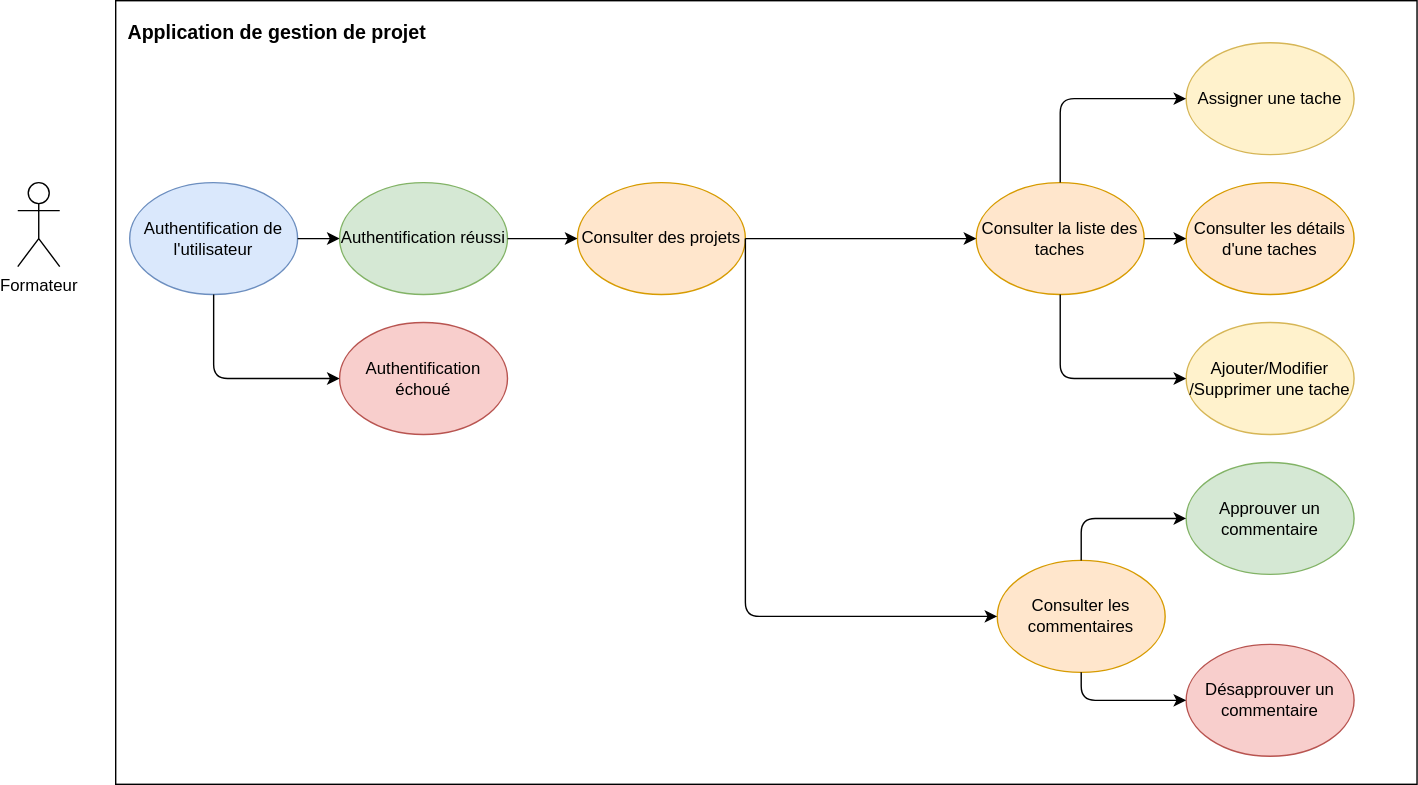
Before: DCU/DCU_Formateur.svg, a diagram exported from draw.io (EducaOps/EducaOps). Source tidied: cells renumbered, new cells last; positions are measured from the earlier drawing's top-left corner, leaving out a move shared by most shapes.
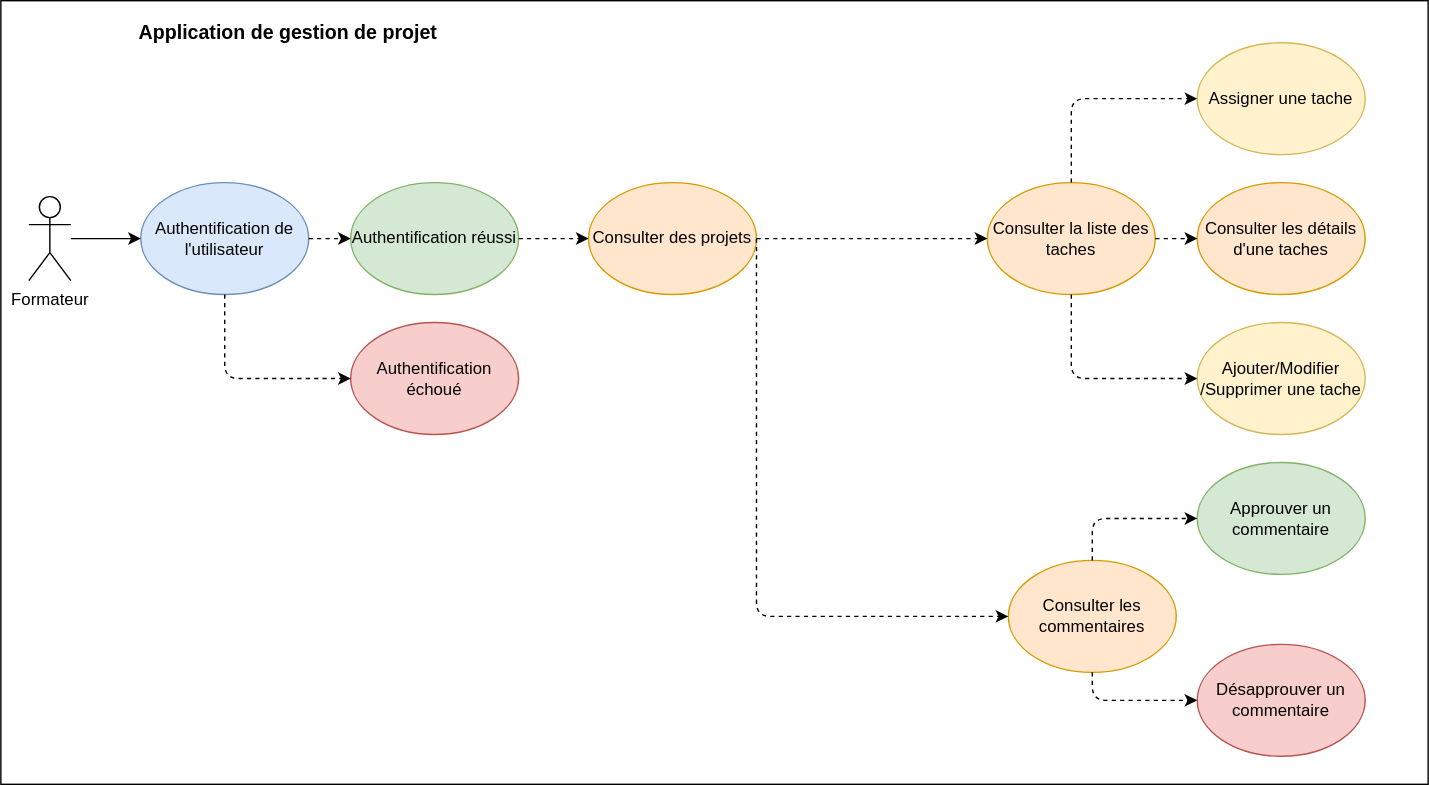
Later version of the same file.

What changed in the source:
```diff
@@ -2,11 +2,8 @@
   <root>
     <mxCell id="0" />
     <mxCell id="1" parent="0" />
-    <mxCell id="2" value="Formateur" style="shape=umlActor;verticalLabelPosition=bottom;verticalAlign=top;html=1;outlineConnect=0;" parent="1" vertex="1">
-      <mxGeometry y="130" width="30" height="60" as="geometry" />
-    </mxCell>
     <mxCell id="3" style="rounded=0;whiteSpace=wrap;html=1;align=left;" parent="1" vertex="1">
-      <mxGeometry x="70" width="930" height="560" as="geometry" />
+      <mxGeometry x="-20" width="1020" height="560" as="geometry" />
     </mxCell>
     <mxCell id="4" value="Consulter des projets" style="ellipse;whiteSpace=wrap;html=1;fillColor=#ffe6cc;strokeColor=#d79b00;" parent="1" vertex="1">
       <mxGeometry x="400" y="130" width="120" height="80" as="geometry" />
@@ -23,13 +20,13 @@
     <mxCell id="8" value="Ajouter/Modifier&lt;br&gt;/Supprimer une tache" style="ellipse;whiteSpace=wrap;html=1;fillColor=#fff2cc;strokeColor=#d6b656;" parent="1" vertex="1">
       <mxGeometry x="835" y="230" width="120" height="80" as="geometry" />
     </mxCell>
-    <mxCell id="9" style="endArrow=classic;html=1;exitX=1;exitY=0.5;exitDx=0;exitDy=0;entryX=0;entryY=0.5;entryDx=0;entryDy=0;" parent="1" edge="1" source="4" target="6">
+    <mxCell id="9" style="endArrow=classic;html=1;exitX=1;exitY=0.5;exitDx=0;exitDy=0;entryX=0;entryY=0.5;entryDx=0;entryDy=0;dashed=1;" parent="1" edge="1" source="4" target="6">
       <mxGeometry relative="1" as="geometry" />
     </mxCell>
-    <mxCell id="10" style="endArrow=classic;html=1;exitX=1;exitY=0.5;exitDx=0;exitDy=0;" parent="1" edge="1" source="6" target="7">
+    <mxCell id="10" style="endArrow=classic;html=1;exitX=1;exitY=0.5;exitDx=0;exitDy=0;dashed=1;" parent="1" edge="1" source="6" target="7">
       <mxGeometry relative="1" as="geometry" />
     </mxCell>
-    <mxCell id="11" style="edgeStyle=elbowEdgeStyle;elbow=vertical;endArrow=classic;html=1;entryX=0;entryY=0.5;entryDx=0;entryDy=0;exitX=0.5;exitY=1;exitDx=0;exitDy=0;" parent="1" edge="1" source="6" target="8">
+    <mxCell id="11" style="edgeStyle=elbowEdgeStyle;elbow=vertical;endArrow=classic;html=1;entryX=0;entryY=0.5;entryDx=0;entryDy=0;exitX=0.5;exitY=1;exitDx=0;exitDy=0;dashed=1;" parent="1" edge="1" source="6" target="8">
       <mxGeometry relative="1" as="geometry">
         <Array as="points">
           <mxPoint x="740" y="270" />
@@ -43,16 +40,16 @@
     <mxCell id="13" value="Authentification réussi" style="ellipse;whiteSpace=wrap;html=1;fillColor=#d5e8d4;strokeColor=#82b366;" parent="1" vertex="1">
       <mxGeometry x="230" y="130" width="120" height="80" as="geometry" />
     </mxCell>
-    <mxCell id="14" style="endArrow=classic;html=1;exitX=1;exitY=0.5;exitDx=0;exitDy=0;entryX=0;entryY=0.5;entryDx=0;entryDy=0;" parent="1" edge="1" source="12" target="13">
+    <mxCell id="14" style="endArrow=classic;html=1;exitX=1;exitY=0.5;exitDx=0;exitDy=0;entryX=0;entryY=0.5;entryDx=0;entryDy=0;dashed=1;" parent="1" edge="1" source="12" target="13">
       <mxGeometry relative="1" as="geometry" />
     </mxCell>
-    <mxCell id="15" style="endArrow=classic;html=1;exitX=1;exitY=0.5;exitDx=0;exitDy=0;entryX=0;entryY=0.5;entryDx=0;entryDy=0;" parent="1" edge="1" source="13" target="4">
+    <mxCell id="15" style="endArrow=classic;html=1;exitX=1;exitY=0.5;exitDx=0;exitDy=0;entryX=0;entryY=0.5;entryDx=0;entryDy=0;dashed=1;" parent="1" edge="1" source="13" target="4">
       <mxGeometry relative="1" as="geometry" />
     </mxCell>
     <mxCell id="16" value="Authentification échoué" style="ellipse;whiteSpace=wrap;html=1;fillColor=#f8cecc;strokeColor=#b85450;" parent="1" vertex="1">
       <mxGeometry x="230" y="230" width="120" height="80" as="geometry" />
     </mxCell>
-    <mxCell id="17" style="edgeStyle=elbowEdgeStyle;elbow=vertical;endArrow=classic;html=1;entryX=0;entryY=0.5;entryDx=0;entryDy=0;exitX=0.5;exitY=1;exitDx=0;exitDy=0;" parent="1" edge="1" source="12" target="16">
+    <mxCell id="17" style="edgeStyle=elbowEdgeStyle;elbow=vertical;endArrow=classic;html=1;entryX=0;entryY=0.5;entryDx=0;entryDy=0;exitX=0.5;exitY=1;exitDx=0;exitDy=0;dashed=1;" parent="1" edge="1" source="12" target="16">
       <mxGeometry relative="1" as="geometry">
         <Array as="points">
           <mxPoint x="180" y="270" />
@@ -62,7 +59,7 @@
     <mxCell id="18" value="Assigner une tache" style="ellipse;whiteSpace=wrap;html=1;fillColor=#fff2cc;strokeColor=#d6b656;" parent="1" vertex="1">
       <mxGeometry x="835" y="30" width="120" height="80" as="geometry" />
     </mxCell>
-    <mxCell id="19" style="edgeStyle=elbowEdgeStyle;elbow=vertical;endArrow=classic;html=1;entryX=0;entryY=0.5;entryDx=0;entryDy=0;exitX=0.5;exitY=0;exitDx=0;exitDy=0;" parent="1" edge="1" source="6" target="18">
+    <mxCell id="19" style="edgeStyle=elbowEdgeStyle;elbow=vertical;endArrow=classic;html=1;entryX=0;entryY=0.5;entryDx=0;entryDy=0;exitX=0.5;exitY=0;exitDx=0;exitDy=0;dashed=1;" parent="1" edge="1" source="6" target="18">
       <mxGeometry relative="1" as="geometry">
         <Array as="points">
           <mxPoint x="745" y="70" />
@@ -79,7 +76,7 @@
     <mxCell id="22" value="Désapprouver un commentaire" style="ellipse;whiteSpace=wrap;html=1;fillColor=#f8cecc;strokeColor=#b85450;" parent="1" vertex="1">
       <mxGeometry x="835" y="460" width="120" height="80" as="geometry" />
     </mxCell>
-    <mxCell id="23" style="edgeStyle=elbowEdgeStyle;elbow=vertical;endArrow=classic;html=1;entryX=0;entryY=0.5;entryDx=0;entryDy=0;exitX=1;exitY=0.5;exitDx=0;exitDy=0;" parent="1" edge="1" source="4" target="20">
+    <mxCell id="23" style="edgeStyle=elbowEdgeStyle;elbow=vertical;endArrow=classic;html=1;entryX=0;entryY=0.5;entryDx=0;entryDy=0;exitX=1;exitY=0.5;exitDx=0;exitDy=0;dashed=1;" parent="1" edge="1" source="4" target="20">
       <mxGeometry relative="1" as="geometry">
         <Array as="points">
           <mxPoint x="600" y="440" />
@@ -88,19 +85,25 @@
         </Array>
       </mxGeometry>
     </mxCell>
-    <mxCell id="24" style="edgeStyle=elbowEdgeStyle;elbow=vertical;endArrow=classic;html=1;entryX=0;entryY=0.5;entryDx=0;entryDy=0;exitX=0.5;exitY=1;exitDx=0;exitDy=0;" parent="1" edge="1" source="20" target="22">
+    <mxCell id="24" style="edgeStyle=elbowEdgeStyle;elbow=vertical;endArrow=classic;html=1;entryX=0;entryY=0.5;entryDx=0;entryDy=0;exitX=0.5;exitY=1;exitDx=0;exitDy=0;dashed=1;" parent="1" edge="1" source="20" target="22">
       <mxGeometry relative="1" as="geometry">
         <Array as="points">
           <mxPoint x="770" y="500" />
         </Array>
       </mxGeometry>
     </mxCell>
-    <mxCell id="25" style="edgeStyle=elbowEdgeStyle;elbow=vertical;endArrow=classic;html=1;entryX=0;entryY=0.5;entryDx=0;entryDy=0;exitX=0.5;exitY=0;exitDx=0;exitDy=0;" parent="1" edge="1" source="20" target="21">
+    <mxCell id="25" style="edgeStyle=elbowEdgeStyle;elbow=vertical;endArrow=classic;html=1;entryX=0;entryY=0.5;entryDx=0;entryDy=0;exitX=0.5;exitY=0;exitDx=0;exitDy=0;dashed=1;" parent="1" edge="1" source="20" target="21">
       <mxGeometry relative="1" as="geometry">
         <Array as="points">
           <mxPoint x="740" y="370" />
         </Array>
       </mxGeometry>
     </mxCell>
+    <mxCell id="2" value="Formateur" style="shape=umlActor;verticalLabelPosition=bottom;verticalAlign=top;html=1;outlineConnect=0;" parent="1" vertex="1">
+      <mxGeometry y="140" width="30" height="60" as="geometry" />
+    </mxCell>
+    <mxCell id="26" style="endArrow=classic;html=1;entryX=0;entryY=0.5;entryDx=0;entryDy=0;" parent="1" edge="1" source="2" target="12">
+      <mxGeometry relative="1" as="geometry" />
+    </mxCell>
   </root>
 </mxGraphModel>
```
